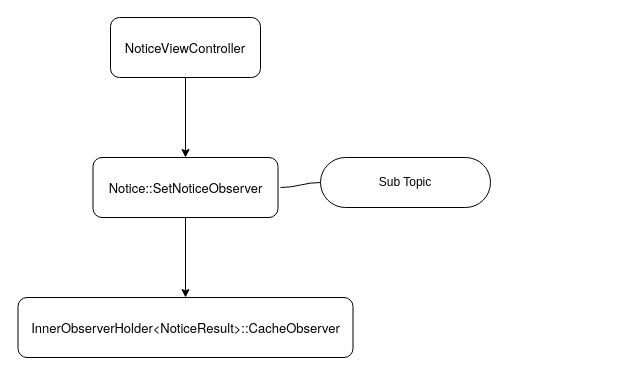
The draw.io diagram INTL SDK Notice Module.drawio in star-j/Flowchart, before the edit. Source tidied: cells renumbered, new cells numbered last; positions are measured from the earlier drawing's top-left corner, leaving out a move shared by most shapes. Both pictures are drawn from the tidied source at 100%, with x=0, y=0 at pixel (18, 17).
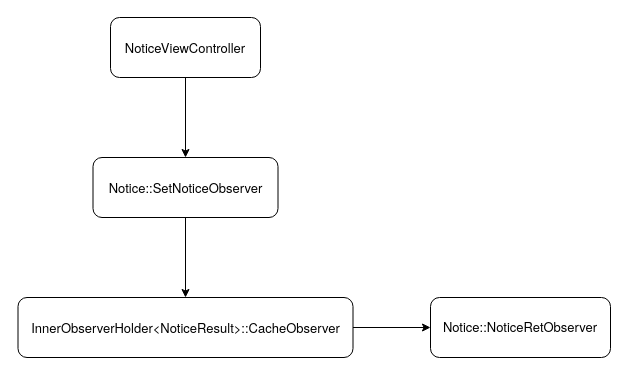
After the change.

The edit, as a diff of the source:
```diff
@@
 <mxGraphModel>
   <root>
     <mxCell id="0" />
     <mxCell id="1" parent="0" />
     <mxCell id="2" style="edgeStyle=orthogonalEdgeStyle;rounded=0;jettySize=auto;html=1;" parent="1" edge="1" source="3" target="5">
       <mxGeometry relative="1" as="geometry" />
     </mxCell>
     <mxCell id="3" value="&lt;p style=&quot;margin: 0px ; font-stretch: normal ; font-size: 13px ; line-height: normal ; font-family: &amp;#34;helvetica neue&amp;#34;&quot;&gt;NoticeViewController&lt;/p&gt;" style="rounded=1;whiteSpace=wrap;html=1;" parent="1" vertex="1">
       <mxGeometry x="92" width="150" height="60" as="geometry" />
     </mxCell>
     <mxCell id="4" style="edgeStyle=orthogonalEdgeStyle;rounded=0;jettySize=auto;html=1;" parent="1" edge="1" source="5" target="6">
       <mxGeometry relative="1" as="geometry" />
     </mxCell>
     <mxCell id="5" value="&lt;p style=&quot;margin: 0px ; font-stretch: normal ; font-size: 13px ; line-height: normal ; font-family: &amp;#34;helvetica neue&amp;#34;&quot;&gt;Notice::SetNoticeObserver&lt;/p&gt;" style="whiteSpace=wrap;html=1;rounded=1;" parent="1" vertex="1">
       <mxGeometry x="74.5" y="140" width="185" height="60" as="geometry" />
     </mxCell>
+    <mxCell id="9" style="edgeStyle=orthogonalEdgeStyle;rounded=0;jettySize=auto;html=1;" parent="1" edge="1" source="6" target="10">
+      <mxGeometry relative="1" as="geometry" />
+    </mxCell>
     <mxCell id="6" value="&lt;p style=&quot;margin: 0px ; font-stretch: normal ; font-size: 13px ; line-height: normal ; font-family: &amp;#34;helvetica neue&amp;#34;&quot;&gt;InnerObserverHolder&amp;lt;NoticeResult&amp;gt;::CacheObserver&lt;/p&gt;" style="whiteSpace=wrap;html=1;rounded=1;" parent="1" vertex="1">
       <mxGeometry x="-0.5" y="280" width="335" height="60" as="geometry" />
     </mxCell>
-    <mxCell id="7" value="Sub Topic" style="whiteSpace=wrap;html=1;rounded=1;arcSize=50;align=center;verticalAlign=middle;strokeWidth=1;spacing=4;newEdgeStyle={&quot;edgeStyle&quot;:&quot;entityRelationEdgeStyle&quot;,&quot;startArrow&quot;:&quot;none&quot;,&quot;endArrow&quot;:&quot;none&quot;,&quot;segment&quot;:10,&quot;curved&quot;:1};" parent="1" vertex="1">
-      <mxGeometry x="302" y="140" width="170" height="50" as="geometry" />
-    </mxCell>
-    <mxCell id="8" style="edgeStyle=entityRelationEdgeStyle;startArrow=none;endArrow=none;segment=10;curved=1;rounded=0;" parent="1" edge="1" target="7">
-      <mxGeometry relative="1" as="geometry">
-        <mxPoint x="262" y="170" as="sourcePoint" />
-      </mxGeometry>
-    </mxCell>
+    <mxCell id="10" value="&lt;span style=&quot;font-family: &amp;#34;helvetica neue&amp;#34; ; font-size: 13px&quot;&gt;Notice::NoticeRetObserver&lt;/span&gt;" style="whiteSpace=wrap;html=1;rounded=1;" parent="1" vertex="1">
+      <mxGeometry x="412" y="280" width="180" height="60" as="geometry" />
+    </mxCell>
   </root>
 </mxGraphModel>
```
